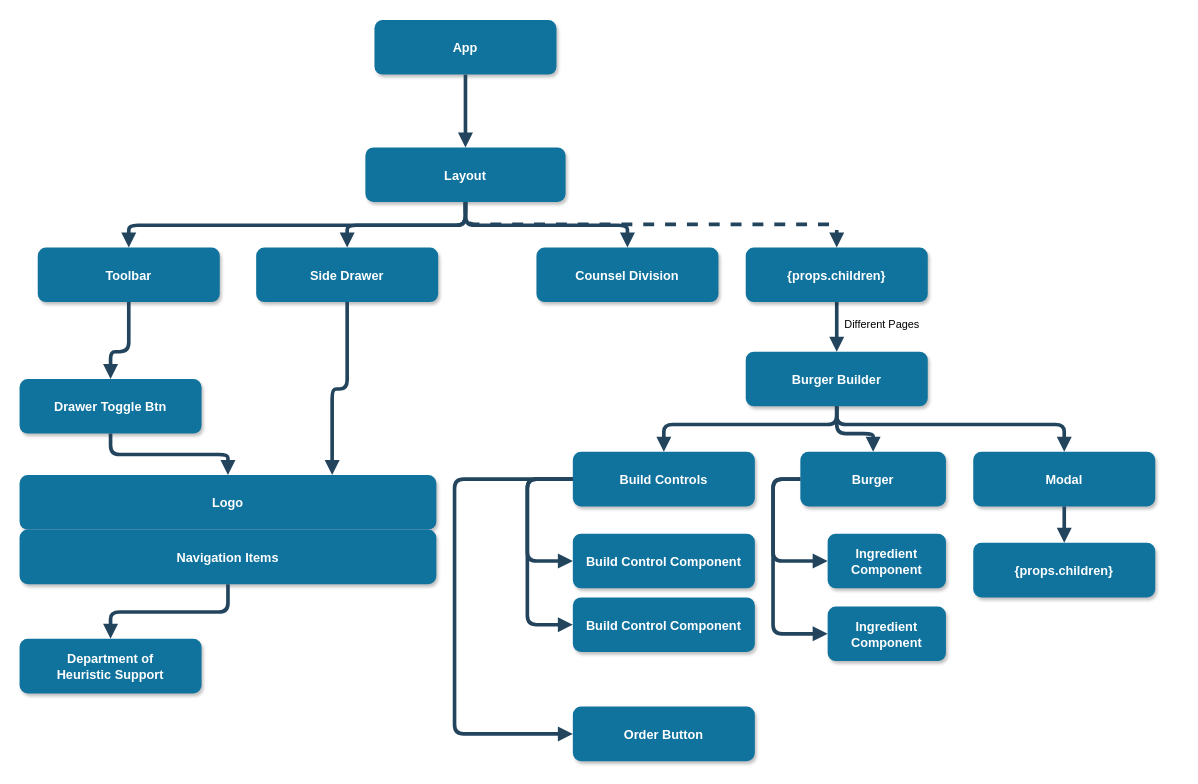
Before: Component Tree Diagram.drawio in ciiay/burger-builder, a draw.io diagram. Source tidied: cells renumbered, new cells numbered last; positions are measured from the earlier drawing's top-left corner, leaving out a move shared by most shapes. Both pictures are drawn from the tidied source at 91%, with x=0, y=0 at pixel (19, 20).
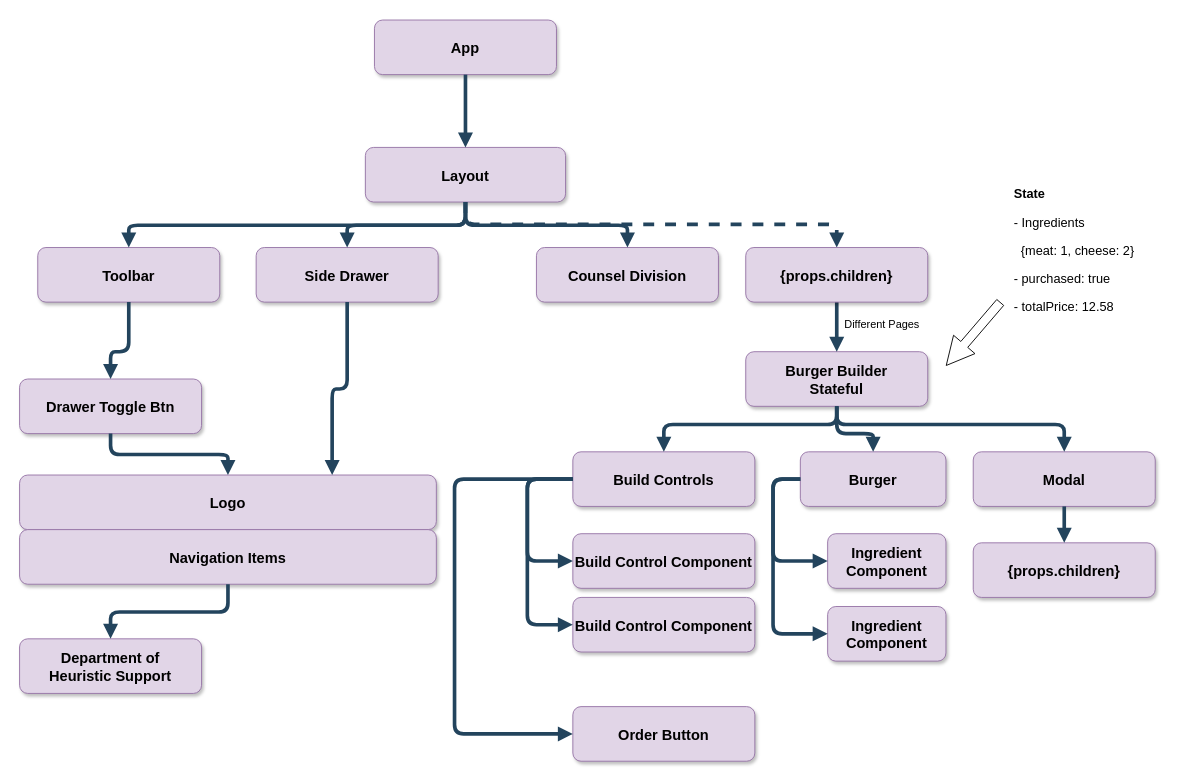
Above is the later version.

The edit, as a diff of the source:
```diff
@@
-    <mxCell id="2" value="App" style="rounded=1;fillColor=#10739E;strokeColor=none;shadow=1;gradientColor=none;fontStyle=1;fontColor=#FFFFFF;fontSize=14;" parent="1" vertex="1">
+    <mxCell id="2" value="App" style="rounded=1;fillColor=#e1d5e7;strokeColor=#9673a6;shadow=1;fontStyle=1;fontSize=16;" parent="1" vertex="1">
       <mxGeometry x="390" y="-0.5" width="200" height="60" as="geometry" />
     </mxCell>
-    <mxCell id="3" value="Layout" style="rounded=1;fillColor=#10739E;strokeColor=none;shadow=1;gradientColor=none;fontStyle=1;fontColor=#FFFFFF;fontSize=14;" parent="1" vertex="1">
+    <mxCell id="3" value="Layout" style="rounded=1;fillColor=#e1d5e7;strokeColor=#9673a6;shadow=1;fontStyle=1;fontSize=16;" parent="1" vertex="1">
       <mxGeometry x="380" y="139.5" width="220" height="60" as="geometry" />
     </mxCell>
-    <mxCell id="4" value="Toolbar" style="rounded=1;fillColor=#10739E;strokeColor=none;shadow=1;gradientColor=none;fontStyle=1;fontColor=#FFFFFF;fontSize=14;" parent="1" vertex="1">
+    <mxCell id="4" value="Toolbar" style="rounded=1;fillColor=#e1d5e7;strokeColor=#9673a6;shadow=1;fontStyle=1;fontSize=16;" parent="1" vertex="1">
       <mxGeometry x="20" y="249.5" width="200" height="60" as="geometry" />
     </mxCell>
-    <mxCell id="5" value="Side Drawer" style="rounded=1;fillColor=#10739E;strokeColor=none;shadow=1;gradientColor=none;fontStyle=1;fontColor=#FFFFFF;fontSize=14;" parent="1" vertex="1">
+    <mxCell id="5" value="Side Drawer" style="rounded=1;fillColor=#e1d5e7;strokeColor=#9673a6;shadow=1;fontStyle=1;fontSize=16;" parent="1" vertex="1">
       <mxGeometry x="260" y="249.5" width="200" height="60" as="geometry" />
     </mxCell>
-    <mxCell id="6" value="Counsel Division" style="rounded=1;fillColor=#10739E;strokeColor=none;shadow=1;gradientColor=none;fontStyle=1;fontColor=#FFFFFF;fontSize=14;" parent="1" vertex="1">
+    <mxCell id="6" value="Counsel Division" style="rounded=1;fillColor=#e1d5e7;strokeColor=#9673a6;shadow=1;fontStyle=1;fontSize=16;" parent="1" vertex="1">
       <mxGeometry x="568" y="249.5" width="200" height="60" as="geometry" />
     </mxCell>
-    <mxCell id="7" value="Drawer Toggle Btn" style="rounded=1;fillColor=#10739E;strokeColor=none;shadow=1;gradientColor=none;fontStyle=1;fontColor=#FFFFFF;fontSize=14;" parent="1" vertex="1">
+    <mxCell id="7" value="Drawer Toggle Btn" style="rounded=1;fillColor=#e1d5e7;strokeColor=#9673a6;shadow=1;fontStyle=1;fontSize=16;" parent="1" vertex="1">
       <mxGeometry y="394" width="200" height="60" as="geometry" />
     </mxCell>
-    <mxCell id="8" value="Logo" style="rounded=1;fillColor=#10739E;strokeColor=none;shadow=1;gradientColor=none;fontStyle=1;fontColor=#FFFFFF;fontSize=14;" parent="1" vertex="1">
+    <mxCell id="8" value="Logo" style="rounded=1;fillColor=#e1d5e7;strokeColor=#9673a6;shadow=1;fontStyle=1;fontSize=16;" parent="1" vertex="1">
       <mxGeometry y="499.5" width="458" height="60" as="geometry" />
     </mxCell>
-    <mxCell id="9" value="Navigation Items" style="rounded=1;fillColor=#10739E;strokeColor=none;shadow=1;gradientColor=none;fontStyle=1;fontColor=#FFFFFF;fontSize=14;" parent="1" vertex="1">
+    <mxCell id="9" value="Navigation Items" style="rounded=1;fillColor=#e1d5e7;strokeColor=#9673a6;shadow=1;fontStyle=1;fontSize=16;" parent="1" vertex="1">
       <mxGeometry y="559.5" width="458" height="60" as="geometry" />
     </mxCell>
-    <mxCell id="10" value="Department of &#10;Heuristic Support" style="rounded=1;fillColor=#10739E;strokeColor=none;shadow=1;gradientColor=none;fontStyle=1;fontColor=#FFFFFF;fontSize=14;" parent="1" vertex="1">
+    <mxCell id="10" value="Department of &#10;Heuristic Support" style="rounded=1;fillColor=#e1d5e7;strokeColor=#9673a6;shadow=1;fontStyle=1;fontSize=16;" parent="1" vertex="1">
       <mxGeometry y="679.5" width="200" height="60" as="geometry" />
     </mxCell>
-    <mxCell id="11" value="Burger Builder" style="rounded=1;fillColor=#10739E;strokeColor=none;shadow=1;gradientColor=none;fontStyle=1;fontColor=#FFFFFF;fontSize=14;" parent="1" vertex="1">
+    <mxCell id="11" value="Burger Builder&#10;Stateful" style="rounded=1;fillColor=#e1d5e7;strokeColor=#9673a6;shadow=1;fontStyle=1;fontSize=16;" parent="1" vertex="1">
       <mxGeometry x="798" y="364" width="200" height="60" as="geometry" />
     </mxCell>
@@
-    <mxCell id="21" value="{props.children}" style="rounded=1;fillColor=#10739E;strokeColor=none;shadow=1;gradientColor=none;fontStyle=1;fontColor=#FFFFFF;fontSize=14;" parent="1" vertex="1">
+    <mxCell id="21" value="{props.children}" style="rounded=1;fillColor=#e1d5e7;strokeColor=#9673a6;shadow=1;fontStyle=1;fontSize=16;" parent="1" vertex="1">
       <mxGeometry x="798" y="249.5" width="200" height="60" as="geometry" />
     </mxCell>
@@
-    <mxCell id="24" value="Build Controls" style="rounded=1;fillColor=#10739E;strokeColor=none;shadow=1;gradientColor=none;fontStyle=1;fontColor=#FFFFFF;fontSize=14;" parent="1" vertex="1">
+    <mxCell id="24" value="Build Controls" style="rounded=1;fillColor=#e1d5e7;strokeColor=#9673a6;shadow=1;fontStyle=1;fontSize=16;" parent="1" vertex="1">
       <mxGeometry x="608" y="474" width="200" height="60" as="geometry" />
     </mxCell>
-    <mxCell id="25" value="Burger" style="rounded=1;fillColor=#10739E;strokeColor=none;shadow=1;gradientColor=none;fontStyle=1;fontColor=#FFFFFF;fontSize=14;" parent="1" vertex="1">
+    <mxCell id="25" value="Burger" style="rounded=1;fillColor=#e1d5e7;strokeColor=#9673a6;shadow=1;fontStyle=1;fontSize=16;" parent="1" vertex="1">
       <mxGeometry x="858" y="474" width="160" height="60" as="geometry" />
     </mxCell>
-    <mxCell id="26" value="Modal" style="rounded=1;fillColor=#10739E;strokeColor=none;shadow=1;gradientColor=none;fontStyle=1;fontColor=#FFFFFF;fontSize=14;" parent="1" vertex="1">
+    <mxCell id="26" value="Modal" style="rounded=1;fillColor=#e1d5e7;strokeColor=#9673a6;shadow=1;fontStyle=1;fontSize=16;" parent="1" vertex="1">
       <mxGeometry x="1048" y="474" width="200" height="60" as="geometry" />
     </mxCell>
@@
-    <mxCell id="30" value="Build Control Component" style="rounded=1;fillColor=#10739E;strokeColor=none;shadow=1;gradientColor=none;fontStyle=1;fontColor=#FFFFFF;fontSize=14;" parent="1" vertex="1">
+    <mxCell id="30" value="Build Control Component" style="rounded=1;fillColor=#e1d5e7;strokeColor=#9673a6;shadow=1;fontStyle=1;fontSize=16;" parent="1" vertex="1">
       <mxGeometry x="608" y="564" width="200" height="60" as="geometry" />
     </mxCell>
-    <mxCell id="31" value="Build Control Component" style="rounded=1;fillColor=#10739E;strokeColor=none;shadow=1;gradientColor=none;fontStyle=1;fontColor=#FFFFFF;fontSize=14;" parent="1" vertex="1">
+    <mxCell id="31" value="Build Control Component" style="rounded=1;fillColor=#e1d5e7;strokeColor=#9673a6;shadow=1;fontStyle=1;fontSize=16;" parent="1" vertex="1">
       <mxGeometry x="608" y="634" width="200" height="60" as="geometry" />
     </mxCell>
-    <mxCell id="32" value="Order Button" style="rounded=1;fillColor=#10739E;strokeColor=none;shadow=1;gradientColor=none;fontStyle=1;fontColor=#FFFFFF;fontSize=14;" parent="1" vertex="1">
+    <mxCell id="32" value="Order Button" style="rounded=1;fillColor=#e1d5e7;strokeColor=#9673a6;shadow=1;fontStyle=1;fontSize=16;" parent="1" vertex="1">
       <mxGeometry x="608" y="754" width="200" height="60" as="geometry" />
     </mxCell>
@@
-    <mxCell id="36" value="Ingredient &#10;Component" style="rounded=1;fillColor=#10739E;strokeColor=none;shadow=1;gradientColor=none;fontStyle=1;fontColor=#FFFFFF;fontSize=14;" parent="1" vertex="1">
+    <mxCell id="36" value="Ingredient &#10;Component" style="rounded=1;fillColor=#e1d5e7;strokeColor=#9673a6;shadow=1;fontStyle=1;fontSize=16;" parent="1" vertex="1">
       <mxGeometry x="888" y="564" width="130" height="60" as="geometry" />
     </mxCell>
-    <mxCell id="37" value="Ingredient &#10;Component" style="rounded=1;fillColor=#10739E;strokeColor=none;shadow=1;gradientColor=none;fontStyle=1;fontColor=#FFFFFF;fontSize=14;" parent="1" vertex="1">
+    <mxCell id="37" value="Ingredient &#10;Component" style="rounded=1;fillColor=#e1d5e7;strokeColor=#9673a6;shadow=1;fontStyle=1;fontSize=16;" parent="1" vertex="1">
       <mxGeometry x="888" y="644" width="130" height="60" as="geometry" />
     </mxCell>
@@
-    <mxCell id="40" value="{props.children}" style="rounded=1;fillColor=#10739E;strokeColor=none;shadow=1;gradientColor=none;fontStyle=1;fontColor=#FFFFFF;fontSize=14;" parent="1" vertex="1">
+    <mxCell id="40" value="{props.children}" style="rounded=1;fillColor=#e1d5e7;strokeColor=#9673a6;shadow=1;fontStyle=1;fontSize=16;" parent="1" vertex="1">
       <mxGeometry x="1048" y="574" width="200" height="60" as="geometry" />
     </mxCell>
@@
+    <mxCell id="42" value="&lt;h1 style=&quot;font-size: 14px;&quot;&gt;State&lt;/h1&gt;&lt;p style=&quot;font-size: 14px;&quot;&gt;- Ingredients&lt;/p&gt;&lt;p style=&quot;font-size: 14px;&quot;&gt;&amp;nbsp; {meat: 1, cheese: 2}&lt;/p&gt;&lt;p style=&quot;font-size: 14px;&quot;&gt;- purchased: true&lt;/p&gt;&lt;p style=&quot;font-size: 14px;&quot;&gt;- totalPrice: 12.58&lt;/p&gt;" style="text;html=1;strokeColor=none;fillColor=none;spacing=5;spacingTop=-20;whiteSpace=wrap;overflow=hidden;rounded=0;fontSize=14;" parent="1" vertex="1">
+      <mxGeometry x="1088" y="184" width="190" height="150" as="geometry" />
+    </mxCell>
+    <mxCell id="43" style="shape=flexArrow;endArrow=classic;html=1;width=10;endSize=9.816666666666666;" parent="1" edge="1">
+      <mxGeometry relative="1" as="geometry">
+        <mxPoint x="1078" y="309.5" as="sourcePoint" />
+        <mxPoint x="1018" y="379.5" as="targetPoint" />
+      </mxGeometry>
+    </mxCell>
```
